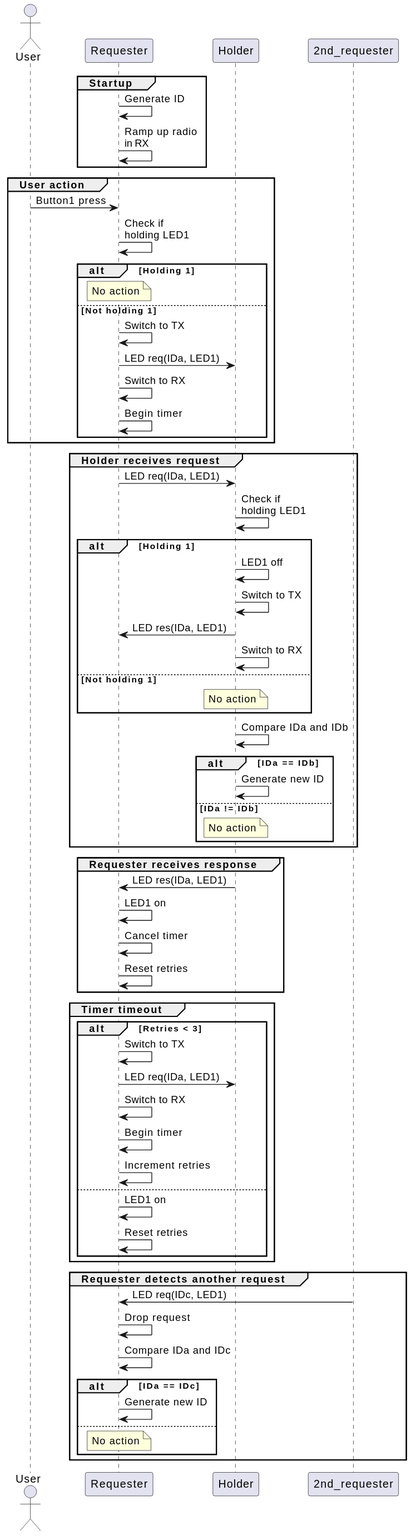
Before: out/sequence-diagrams/sequence-diagram.svg, a diagram exported from PlantUML (Beanspoon/pass_led).
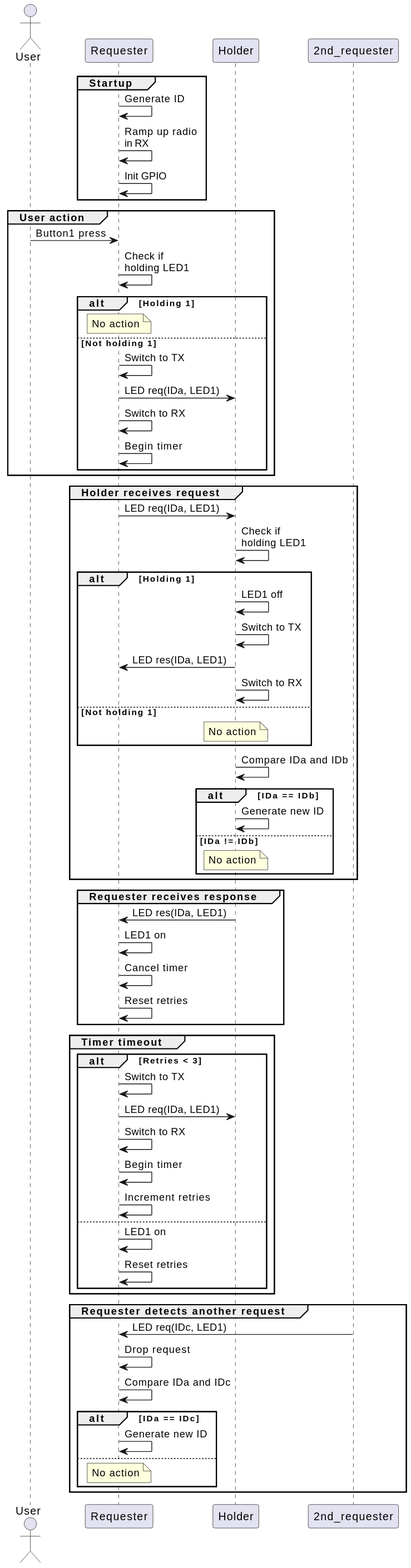
The same diagram one commit later.

Commit message:
Add GPIO init to sequence diagram

Diff of the diagram source:
```diff
@@ -8,6 +8,7 @@
 group Startup
     a -> a: Generate ID
     a -> a: Ramp up radio\nin RX
+    a -> a: Init GPIO
 end
 
 group User action
```
